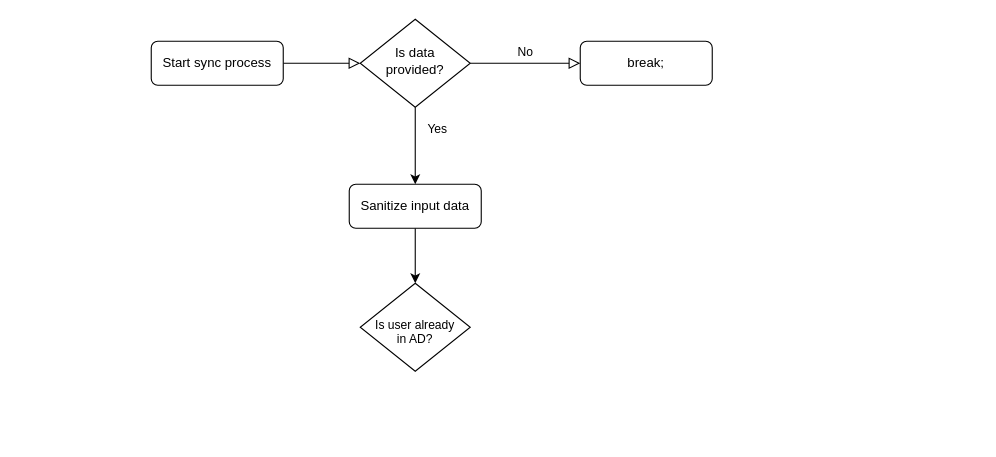
This is ad-sync.drawio from AlexInABox/ad-sync, a draw.io file, before an edit. Source tidied: cells renumbered, new cells numbered last; positions are measured from the earlier drawing's top-left corner, leaving out a move shared by most shapes. Both pictures are drawn from the tidied source at 110%, with x=0, y=0 at pixel (151, 19).
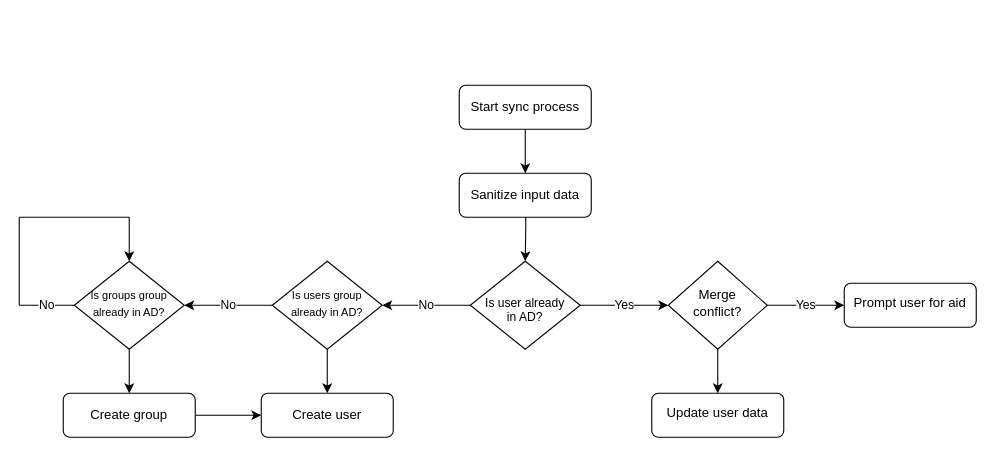
The same diagram, later.

What changed in the source:
```diff
@@
-    <mxCell id="2" style="rounded=0;html=1;jettySize=auto;fontSize=11;endArrow=block;endFill=0;endSize=8;strokeWidth=1;shadow=0;labelBackgroundColor=none;edgeStyle=orthogonalEdgeStyle;" parent="1" edge="1" source="3" target="6">
-      <mxGeometry relative="1" as="geometry" />
-    </mxCell>
+    <mxCell id="11" style="edgeStyle=orthogonalEdgeStyle;rounded=0;jettySize=auto;html=1;" parent="1" edge="1" source="3" target="9">
+      <mxGeometry relative="1" as="geometry" />
+    </mxCell>
     <mxCell id="3" value="Start sync process" style="rounded=1;whiteSpace=wrap;html=1;fontSize=12;glass=0;strokeWidth=1;shadow=0;" parent="1" vertex="1">
-      <mxGeometry y="20" width="120" height="40" as="geometry" />
+      <mxGeometry x="280" y="60" width="120" height="40" as="geometry" />
     </mxCell>
-    <mxCell id="4" value="No" style="edgeStyle=orthogonalEdgeStyle;rounded=0;html=1;jettySize=auto;fontSize=11;endArrow=block;endFill=0;endSize=8;strokeWidth=1;shadow=0;labelBackgroundColor=none;" parent="1" edge="1" source="6" target="7">
-      <mxGeometry y="10" relative="1" as="geometry">
-        <Array as="points">
-          <mxPoint x="370" y="40" />
-          <mxPoint x="370" y="40" />
-        </Array>
-      </mxGeometry>
-    </mxCell>
-    <mxCell id="5" value="&lt;div&gt;Yes&lt;/div&gt;" style="edgeStyle=orthogonalEdgeStyle;rounded=0;jettySize=auto;html=1;entryX=0.5;entryY=0;entryDx=0;entryDy=0;exitX=0.5;exitY=1;exitDx=0;exitDy=0;" parent="1" edge="1" source="6" target="9">
-      <mxGeometry x="-0.43" y="20" relative="1" as="geometry">
-        <Array as="points">
-          <mxPoint x="240" y="100" />
-          <mxPoint x="240" y="100" />
-        </Array>
-      </mxGeometry>
-    </mxCell>
-    <mxCell id="6" value="&lt;div&gt;Is data provided?&lt;/div&gt;" style="rhombus;whiteSpace=wrap;html=1;shadow=0;fontFamily=Helvetica;fontSize=12;align=center;strokeWidth=1;spacing=6;spacingTop=-4;" parent="1" vertex="1">
-      <mxGeometry x="190" width="100" height="80" as="geometry" />
-    </mxCell>
-    <mxCell id="7" value="break;" style="rounded=1;whiteSpace=wrap;html=1;fontSize=12;glass=0;strokeWidth=1;shadow=0;" parent="1" vertex="1">
-      <mxGeometry x="390" y="20" width="120" height="40" as="geometry" />
-    </mxCell>
-    <mxCell id="8" style="edgeStyle=orthogonalEdgeStyle;rounded=0;jettySize=auto;html=1;entryX=0.5;entryY=0;entryDx=0;entryDy=0;" parent="1" edge="1" source="9" target="10">
-      <mxGeometry relative="1" as="geometry" />
+    <mxCell id="8" style="edgeStyle=orthogonalEdgeStyle;rounded=0;jettySize=auto;html=1;entryX=0.5;entryY=0;entryDx=0;entryDy=0;" parent="1" edge="1" target="10">
+      <mxGeometry relative="1" as="geometry">
+        <mxPoint x="340" y="150" as="sourcePoint" />
+      </mxGeometry>
     </mxCell>
     <mxCell id="9" value="Sanitize input data" style="rounded=1;whiteSpace=wrap;html=1;fontSize=12;glass=0;strokeWidth=1;shadow=0;" parent="1" vertex="1">
-      <mxGeometry x="180" y="150" width="120" height="40" as="geometry" />
+      <mxGeometry x="280" y="140" width="120" height="40" as="geometry" />
     </mxCell>
+    <mxCell id="12" value="No" style="edgeStyle=orthogonalEdgeStyle;rounded=0;jettySize=auto;html=1;" parent="1" edge="1" source="10" target="16">
+      <mxGeometry relative="1" as="geometry" />
+    </mxCell>
+    <mxCell id="13" value="&lt;div&gt;Yes&lt;/div&gt;" style="edgeStyle=orthogonalEdgeStyle;rounded=0;jettySize=auto;html=1;" parent="1" edge="1" source="10" target="28">
+      <mxGeometry relative="1" as="geometry" />
+    </mxCell>
     <mxCell id="10" value="&lt;div style=&quot;font-size: 11px;&quot;&gt;&lt;br&gt;&lt;/div&gt;&lt;div style=&quot;font-size: 11px;&quot;&gt;Is user already&lt;/div&gt;&lt;div style=&quot;font-size: 11px;&quot;&gt;in AD?&lt;br&gt;&lt;/div&gt;" style="rhombus;whiteSpace=wrap;html=1;shadow=0;fontFamily=Helvetica;fontSize=12;align=center;strokeWidth=1;spacing=6;spacingTop=-4;" parent="1" vertex="1">
-      <mxGeometry x="190" y="240" width="100" height="80" as="geometry" />
+      <mxGeometry x="290" y="220" width="100" height="80" as="geometry" />
     </mxCell>
+    <mxCell id="14" value="No" style="edgeStyle=orthogonalEdgeStyle;rounded=0;jettySize=auto;html=1;" parent="1" edge="1" source="16" target="18">
+      <mxGeometry relative="1" as="geometry" />
+    </mxCell>
+    <mxCell id="15" style="edgeStyle=orthogonalEdgeStyle;rounded=0;jettySize=auto;html=1;" parent="1" edge="1" source="16" target="25">
+      <mxGeometry relative="1" as="geometry" />
+    </mxCell>
+    <mxCell id="16" value="&lt;font style=&quot;font-size: 10px;&quot;&gt;Is users group already in AD?&lt;/font&gt;" style="rhombus;whiteSpace=wrap;html=1;shadow=0;fontFamily=Helvetica;fontSize=12;align=center;strokeWidth=1;spacing=6;spacingTop=-4;" parent="1" vertex="1">
+      <mxGeometry x="110" y="220" width="100" height="80" as="geometry" />
+    </mxCell>
+    <mxCell id="17" style="edgeStyle=orthogonalEdgeStyle;rounded=0;jettySize=auto;html=1;" parent="1" edge="1" source="18" target="24">
+      <mxGeometry relative="1" as="geometry" />
+    </mxCell>
+    <mxCell id="18" value="&lt;font style=&quot;font-size: 10px;&quot;&gt;Is groups group already in AD?&lt;/font&gt;" style="rhombus;whiteSpace=wrap;html=1;shadow=0;fontFamily=Helvetica;fontSize=12;align=center;strokeWidth=1;spacing=6;spacingTop=-4;" parent="1" vertex="1">
+      <mxGeometry x="-70" y="220" width="100" height="80" as="geometry" />
+    </mxCell>
+    <mxCell id="19" value="No" style="endArrow=none;html=1;rounded=0;" parent="1" edge="1">
+      <mxGeometry relative="1" as="geometry">
+        <mxPoint x="-120" y="260" as="sourcePoint" />
+        <mxPoint x="-70" y="260" as="targetPoint" />
+      </mxGeometry>
+    </mxCell>
+    <mxCell id="20" style="endArrow=none;html=1;rounded=0;" parent="1" edge="1">
+      <mxGeometry relative="1" as="geometry">
+        <mxPoint x="-120" y="260" as="sourcePoint" />
+        <mxPoint x="-120" y="180" as="targetPoint" />
+      </mxGeometry>
+    </mxCell>
+    <mxCell id="21" style="endArrow=none;html=1;rounded=0;" parent="1" edge="1">
+      <mxGeometry relative="1" as="geometry">
+        <mxPoint x="-20" y="180" as="sourcePoint" />
+        <mxPoint x="-120" y="180" as="targetPoint" />
+      </mxGeometry>
+    </mxCell>
+    <mxCell id="22" style="edgeStyle=none;jettySize=auto;html=1;rounded=0;entryX=0.5;entryY=0;entryDx=0;entryDy=0;" parent="1" edge="1" target="18">
+      <mxGeometry relative="1" as="geometry">
+        <mxPoint x="-20" y="180" as="sourcePoint" />
+      </mxGeometry>
+    </mxCell>
+    <mxCell id="23" style="edgeStyle=orthogonalEdgeStyle;rounded=0;jettySize=auto;html=1;" parent="1" edge="1" source="24" target="25">
+      <mxGeometry relative="1" as="geometry" />
+    </mxCell>
+    <mxCell id="24" value="Create group" style="rounded=1;whiteSpace=wrap;html=1;fontSize=12;glass=0;strokeWidth=1;shadow=0;" parent="1" vertex="1">
+      <mxGeometry x="-80" y="340" width="120" height="40" as="geometry" />
+    </mxCell>
+    <mxCell id="25" value="Create user" style="rounded=1;whiteSpace=wrap;html=1;fontSize=12;glass=0;strokeWidth=1;shadow=0;" parent="1" vertex="1">
+      <mxGeometry x="100" y="340" width="120" height="40" as="geometry" />
+    </mxCell>
+    <mxCell id="26" value="Yes" style="edgeStyle=orthogonalEdgeStyle;rounded=0;jettySize=auto;html=1;" parent="1" edge="1" source="28" target="29">
+      <mxGeometry relative="1" as="geometry" />
+    </mxCell>
+    <mxCell id="27" style="edgeStyle=orthogonalEdgeStyle;rounded=0;jettySize=auto;html=1;" parent="1" edge="1" source="28" target="30">
+      <mxGeometry relative="1" as="geometry" />
+    </mxCell>
+    <mxCell id="28" value="Merge conflict?" style="rhombus;whiteSpace=wrap;html=1;shadow=0;fontFamily=Helvetica;fontSize=12;align=center;strokeWidth=1;spacing=6;spacingTop=-4;" parent="1" vertex="1">
+      <mxGeometry x="470" y="220" width="90" height="80" as="geometry" />
+    </mxCell>
+    <mxCell id="29" value="Prompt user for aid" style="rounded=1;whiteSpace=wrap;html=1;shadow=0;strokeWidth=1;spacing=6;spacingTop=-4;" parent="1" vertex="1">
+      <mxGeometry x="630" y="240" width="120" height="40" as="geometry" />
+    </mxCell>
+    <mxCell id="30" value="Update user data" style="rounded=1;whiteSpace=wrap;html=1;shadow=0;strokeWidth=1;spacing=6;spacingTop=-4;" parent="1" vertex="1">
+      <mxGeometry x="455" y="340" width="120" height="40" as="geometry" />
+    </mxCell>
```
